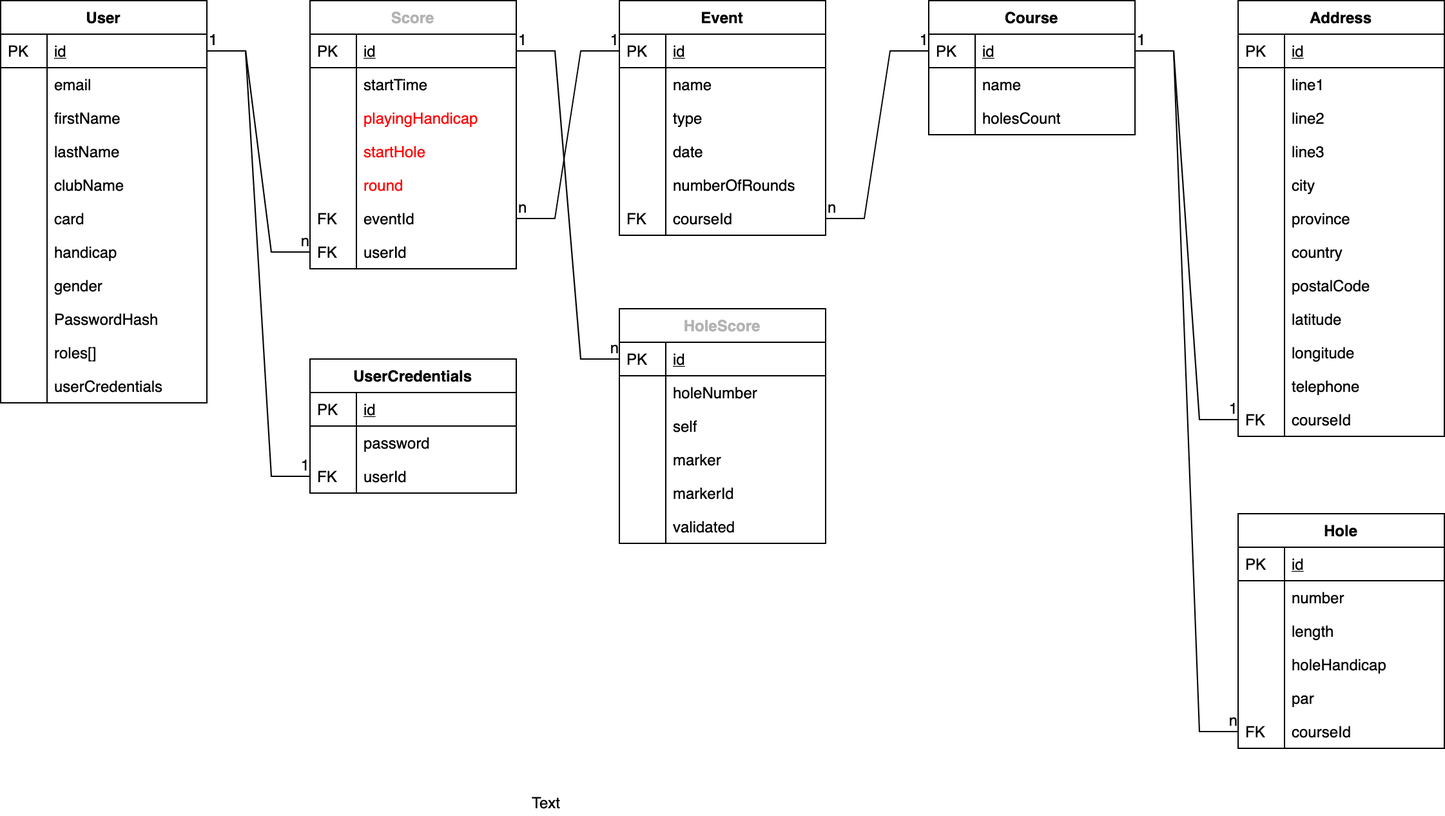
Earlier version of the draw.io export ProjectDocs/GolfScoringDB.png (paolob67/GolfScoring). Source tidied: cells renumbered, new cells last; positions are measured from the earlier drawing's top-left corner, leaving out a move shared by most shapes.
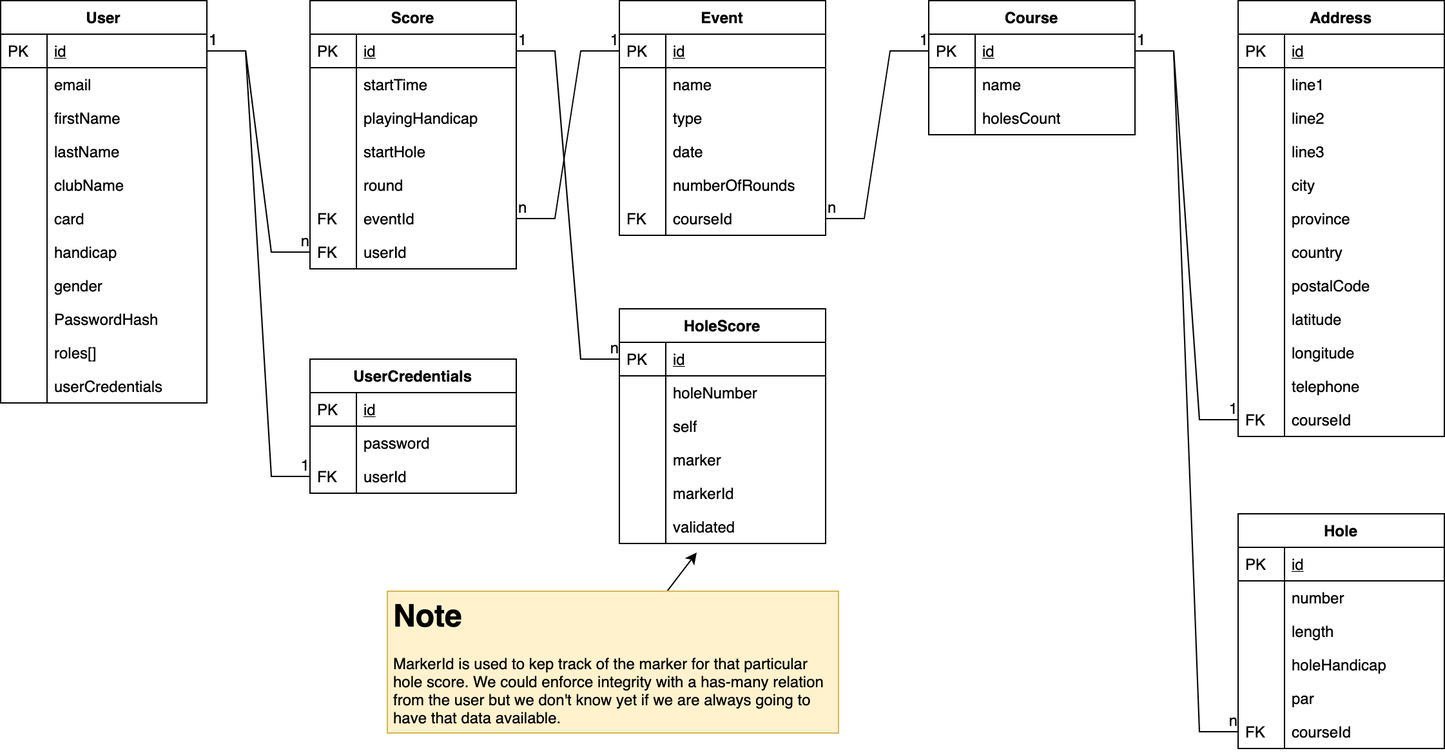
The same file after the commit.

Change to the diagram source:
```diff
@@ -11,7 +11,7 @@
     <mxCell id="4" value="n" style="html=1;align=right;verticalAlign=bottom;" parent="2" vertex="1">
       <mxGeometry x="1" relative="1" as="geometry" />
     </mxCell>
-    <mxCell id="5" value="Score" style="swimlane;fontStyle=1;horizontal=1;startSize=26;rounded=0;shadow=0;strokeWidth=1;fontColor=#B3B3B3;" parent="1" vertex="1">
+    <mxCell id="5" value="Score" style="swimlane;fontStyle=1;horizontal=1;startSize=26;rounded=0;shadow=0;strokeWidth=1;fontColor=#000000;" parent="1" vertex="1">
       <mxGeometry x="240" width="160" height="208" as="geometry" />
     </mxCell>
     <mxCell id="6" value="id" style="shape=partialRectangle;top=0;left=0;right=0;bottom=1;align=left;verticalAlign=top;fillColor=none;spacingLeft=40;spacingRight=4;overflow=hidden;points=[[0,0.5],[1,0.5]];portConstraint=eastwest;rounded=0;shadow=0;strokeWidth=1;fontStyle=4;" parent="5" vertex="1">
@@ -26,19 +26,19 @@
     <mxCell id="9" style="shape=partialRectangle;top=0;left=0;bottom=0;fillColor=none;align=left;verticalAlign=top;spacingLeft=4;spacingRight=4;overflow=hidden;" parent="8" vertex="1">
       <mxGeometry width="36" height="26" as="geometry" />
     </mxCell>
-    <mxCell id="10" value="playingHandicap" style="shape=partialRectangle;top=0;left=0;right=0;bottom=0;align=left;verticalAlign=top;fillColor=none;spacingLeft=40;spacingRight=4;overflow=hidden;rounded=0;shadow=0;strokeWidth=1;fontColor=#FF0000;" parent="5" vertex="1">
+    <mxCell id="10" value="playingHandicap" style="shape=partialRectangle;top=0;left=0;right=0;bottom=0;align=left;verticalAlign=top;fillColor=none;spacingLeft=40;spacingRight=4;overflow=hidden;rounded=0;shadow=0;strokeWidth=1;fontColor=#000000;strokeColor=#000000;" parent="5" vertex="1">
       <mxGeometry y="78" width="160" height="26" as="geometry" />
     </mxCell>
     <mxCell id="11" style="shape=partialRectangle;top=0;left=0;bottom=0;fillColor=none;align=left;verticalAlign=top;spacingLeft=4;spacingRight=4;overflow=hidden;" parent="10" vertex="1">
       <mxGeometry width="36" height="26" as="geometry" />
     </mxCell>
-    <mxCell id="12" value="startHole" style="shape=partialRectangle;top=0;left=0;right=0;bottom=0;align=left;verticalAlign=top;fillColor=none;spacingLeft=40;spacingRight=4;overflow=hidden;rounded=0;shadow=0;strokeWidth=1;fontColor=#FF0000;" parent="5" vertex="1">
+    <mxCell id="12" value="startHole" style="shape=partialRectangle;top=0;left=0;right=0;bottom=0;align=left;verticalAlign=top;fillColor=none;spacingLeft=40;spacingRight=4;overflow=hidden;rounded=0;shadow=0;strokeWidth=1;fontColor=#000000;" parent="5" vertex="1">
       <mxGeometry y="104" width="160" height="26" as="geometry" />
     </mxCell>
     <mxCell id="13" style="shape=partialRectangle;top=0;left=0;bottom=0;fillColor=none;align=left;verticalAlign=top;spacingLeft=4;spacingRight=4;overflow=hidden;" parent="12" vertex="1">
       <mxGeometry width="36" height="26" as="geometry" />
     </mxCell>
-    <mxCell id="14" value="round" style="shape=partialRectangle;top=0;left=0;right=0;bottom=0;align=left;verticalAlign=top;fillColor=none;spacingLeft=40;spacingRight=4;overflow=hidden;rounded=0;shadow=0;strokeWidth=1;fontColor=#FF0000;" parent="5" vertex="1">
+    <mxCell id="14" value="round" style="shape=partialRectangle;top=0;left=0;right=0;bottom=0;align=left;verticalAlign=top;fillColor=none;spacingLeft=40;spacingRight=4;overflow=hidden;rounded=0;shadow=0;strokeWidth=1;fontColor=#000000;" parent="5" vertex="1">
       <mxGeometry y="130" width="160" height="26" as="geometry" />
     </mxCell>
     <mxCell id="15" style="shape=partialRectangle;top=0;left=0;bottom=0;fillColor=none;align=left;verticalAlign=top;spacingLeft=4;spacingRight=4;overflow=hidden;" parent="14" vertex="1">
@@ -365,10 +365,7 @@
     <mxCell id="122" value="FK" style="shape=partialRectangle;top=0;left=0;bottom=0;fillColor=none;align=left;verticalAlign=top;spacingLeft=4;spacingRight=4;overflow=hidden;" parent="121" vertex="1">
       <mxGeometry width="36" height="26" as="geometry" />
     </mxCell>
-    <mxCell id="123" value="Text" style="text;html=1;align=center;verticalAlign=middle;fontColor=#000000;" parent="1" vertex="1">
-      <mxGeometry x="403" y="612" width="40" height="20" as="geometry" />
-    </mxCell>
-    <mxCell id="124" value="HoleScore" style="swimlane;fontStyle=1;horizontal=1;startSize=26;rounded=0;shadow=0;strokeWidth=1;fontColor=#B3B3B3;" parent="1" vertex="1">
+    <mxCell id="124" value="HoleScore" style="swimlane;fontStyle=1;horizontal=1;startSize=26;rounded=0;shadow=0;strokeWidth=1;fontColor=#000000;" parent="1" vertex="1">
       <mxGeometry x="480" y="239" width="160" height="182" as="geometry" />
     </mxCell>
     <mxCell id="125" value="id" style="shape=partialRectangle;top=0;left=0;right=0;bottom=1;align=left;verticalAlign=top;fillColor=none;spacingLeft=40;spacingRight=4;overflow=hidden;points=[[0,0.5],[1,0.5]];portConstraint=eastwest;rounded=0;shadow=0;strokeWidth=1;fontStyle=4;" parent="124" vertex="1">
@@ -416,5 +413,13 @@
     <mxCell id="139" value="n" style="html=1;align=right;verticalAlign=bottom;" parent="137" vertex="1">
       <mxGeometry x="1" relative="1" as="geometry" />
     </mxCell>
+    <mxCell id="140" style="rounded=0;jettySize=auto;html=1;fontColor=#000000;" parent="1" edge="1" source="141">
+      <mxGeometry relative="1" as="geometry">
+        <mxPoint x="540" y="428" as="targetPoint" />
+      </mxGeometry>
+    </mxCell>
+    <mxCell id="141" value="&lt;h1&gt;Note&lt;/h1&gt;&lt;p&gt;MarkerId is used to kep track of the marker for that particular hole score. We could enforce integrity with a has-many relation from the user but we don't know yet if we are always going to have that data available.&lt;/p&gt;" style="text;html=1;strokeColor=#d6b656;fillColor=#fff2cc;spacing=5;spacingTop=-20;whiteSpace=wrap;overflow=hidden;rounded=0;" parent="1" vertex="1">
+      <mxGeometry x="300" y="458" width="350" height="110" as="geometry" />
+    </mxCell>
   </root>
 </mxGraphModel>
```
